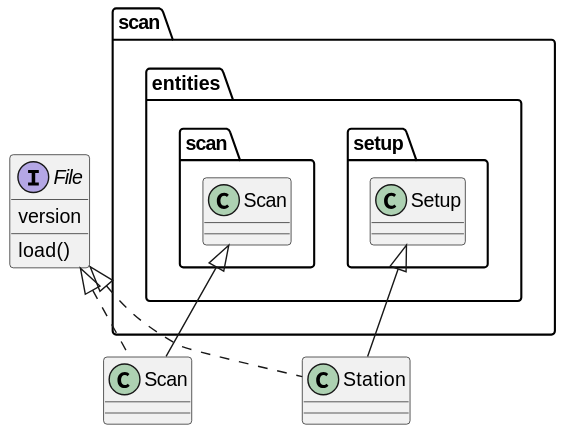
Before: docs/uml/evedata.scan.boundaries.scan.svg, a diagram exported from PlantUML (tillbiskup/evedata).
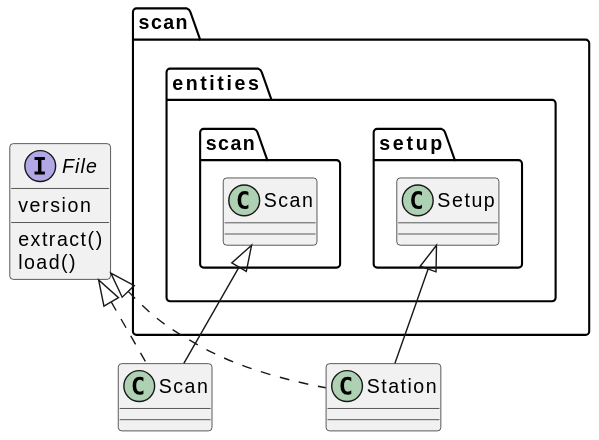
Later version of the same file.

Commit message:
Update architecture description and UML diagrams.

The edit, as a diff of the source:
```diff
@@ -2,6 +2,7 @@
 
 interface File {
     version
+    extract()
     load()
 }
 
```
